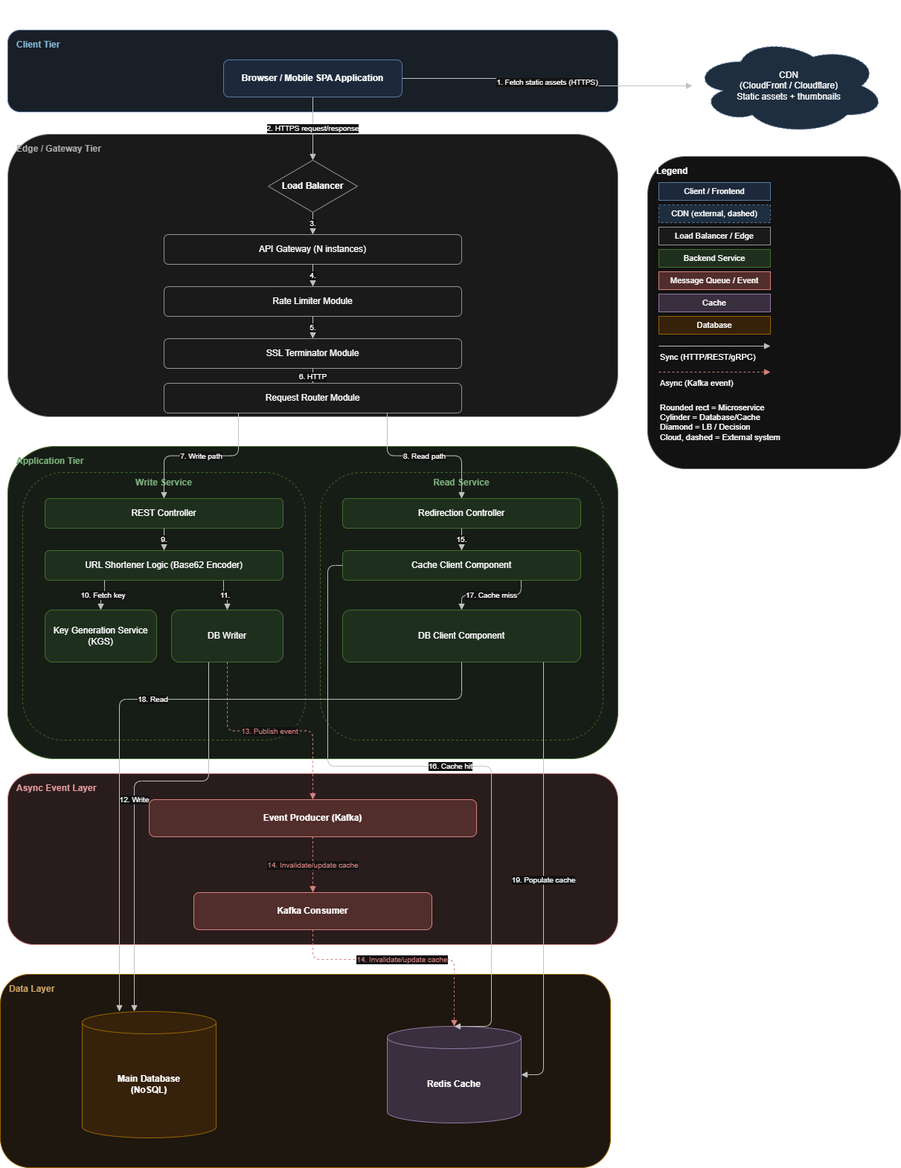
SAIDEEPBHANGE/system-design keeps this draw.io diagram as 02-url-shortener/V02/architecture.png. Above is the earlier version. Source tidied: cells renumbered, new cells last; positions are measured from the earlier drawing's top-left corner, leaving out a move shared by most shapes.
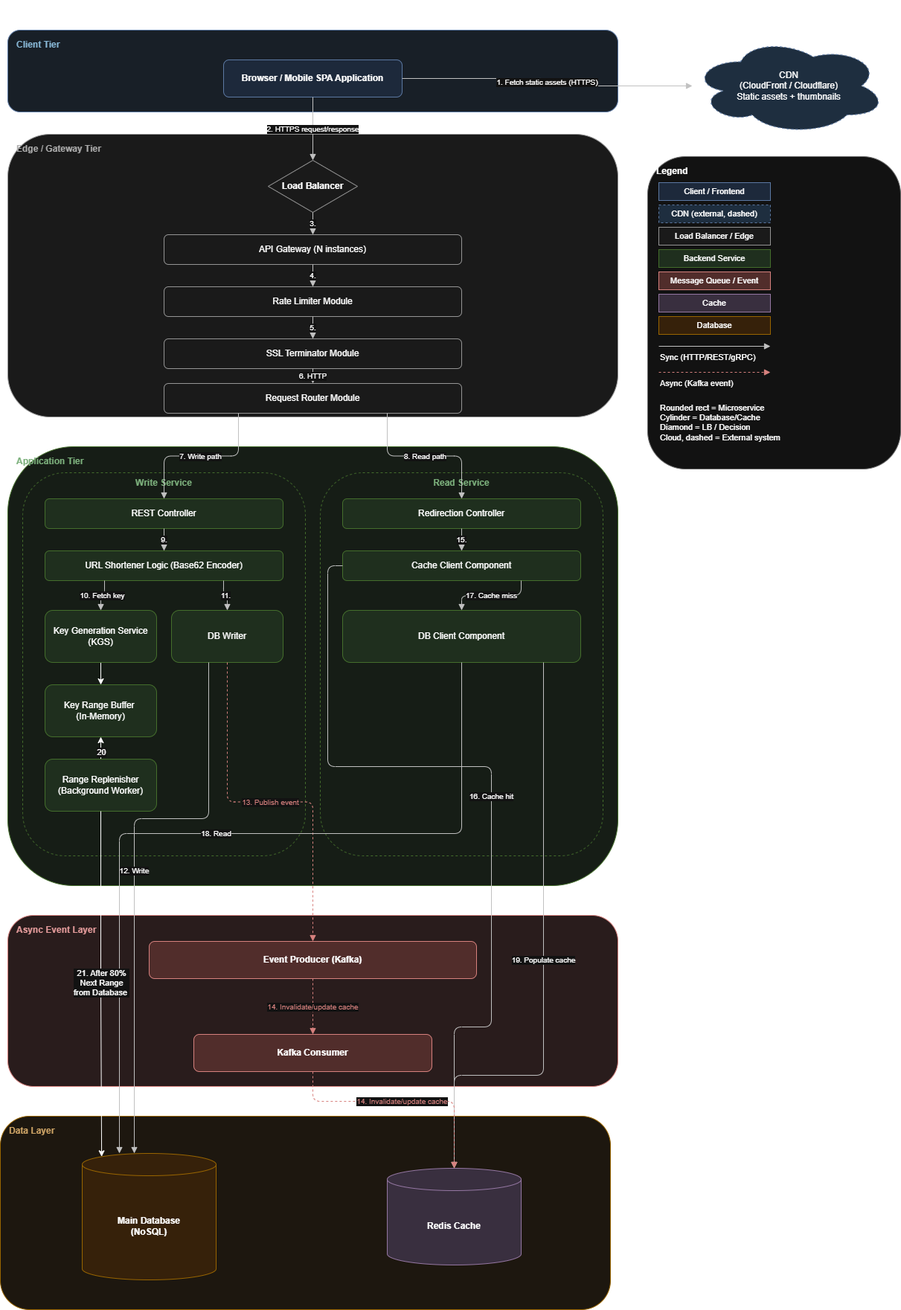
The same diagram one commit later.

Commit message:
URL shortner is Done

The edit, as a diff of the source:
```diff
@@ -33,10 +33,10 @@
       <mxGeometry x="220" y="515" width="400" height="40" as="geometry" />
     </mxCell>
     <mxCell id="12" value="Application Tier" style="rounded=1;whiteSpace=wrap;html=1;verticalAlign=top;align=left;spacingLeft=10;spacingTop=6;fontStyle=1;fontColor=#2d6a2d;fillColor=#eef7ee;strokeColor=#82b366;" parent="1" vertex="1">
-      <mxGeometry x="10" y="600" width="820" height="420" as="geometry" />
+      <mxGeometry x="10" y="600" width="820" height="590" as="geometry" />
     </mxCell>
     <mxCell id="13" value="Write Service" style="rounded=1;whiteSpace=wrap;html=1;verticalAlign=top;align=center;fontStyle=1;fontColor=#2d6a2d;fillColor=none;strokeColor=#82b366;dashed=1;" parent="1" vertex="1">
-      <mxGeometry x="30" y="635" width="380" height="360" as="geometry" />
+      <mxGeometry x="30" y="635" width="380" height="515" as="geometry" />
     </mxCell>
     <mxCell id="14" value="REST Controller" style="rounded=1;whiteSpace=wrap;html=1;fillColor=#d5e8d4;strokeColor=#82b366;" parent="1" vertex="1">
       <mxGeometry x="60" y="670" width="320" height="40" as="geometry" />
@@ -44,6 +44,9 @@
     <mxCell id="15" value="URL Shortener Logic (Base62 Encoder)" style="rounded=1;whiteSpace=wrap;html=1;fillColor=#d5e8d4;strokeColor=#82b366;" parent="1" vertex="1">
       <mxGeometry x="60" y="740" width="320" height="40" as="geometry" />
     </mxCell>
+    <mxCell id="61" style="edgeStyle=orthogonalEdgeStyle;rounded=0;jettySize=auto;html=1;exitX=0.5;exitY=1;exitDx=0;exitDy=0;entryX=0.5;entryY=0;entryDx=0;entryDy=0;" parent="1" edge="1" source="16" target="62">
+      <mxGeometry relative="1" as="geometry" />
+    </mxCell>
     <mxCell id="16" value="Key Generation Service (KGS)" style="rounded=1;whiteSpace=wrap;html=1;fillColor=#d5e8d4;strokeColor=#82b366;" parent="1" vertex="1">
       <mxGeometry x="60" y="820" width="150" height="70" as="geometry" />
     </mxCell>
@@ -51,7 +54,7 @@
       <mxGeometry x="230" y="820" width="150" height="70" as="geometry" />
     </mxCell>
     <mxCell id="18" value="Read Service" style="rounded=1;whiteSpace=wrap;html=1;verticalAlign=top;align=center;fontStyle=1;fontColor=#2d6a2d;fillColor=none;strokeColor=#82b366;dashed=1;" parent="1" vertex="1">
-      <mxGeometry x="430" y="635" width="380" height="360" as="geometry" />
+      <mxGeometry x="430" y="635" width="380" height="515" as="geometry" />
     </mxCell>
     <mxCell id="19" value="Redirection Controller" style="rounded=1;whiteSpace=wrap;html=1;fillColor=#d5e8d4;strokeColor=#82b366;" parent="1" vertex="1">
       <mxGeometry x="460" y="670" width="320" height="40" as="geometry" />
@@ -63,19 +66,19 @@
       <mxGeometry x="460" y="820" width="320" height="70" as="geometry" />
     </mxCell>
     <mxCell id="22" value="Async Event Layer" style="rounded=1;whiteSpace=wrap;html=1;verticalAlign=top;align=left;spacingLeft=10;spacingTop=6;fontStyle=1;fontColor=#8f3a3a;fillColor=#fbecec;strokeColor=#b85450;" parent="1" vertex="1">
-      <mxGeometry x="10" y="1040" width="820" height="230" as="geometry" />
+      <mxGeometry x="10" y="1230" width="820" height="230" as="geometry" />
     </mxCell>
     <mxCell id="23" value="Event Producer (Kafka)" style="rounded=1;whiteSpace=wrap;html=1;fillColor=#f8cecc;strokeColor=#b85450;fontStyle=1;" parent="1" vertex="1">
-      <mxGeometry x="200" y="1075" width="440" height="50" as="geometry" />
+      <mxGeometry x="200" y="1265" width="440" height="50" as="geometry" />
     </mxCell>
     <mxCell id="24" value="Data Layer" style="rounded=1;whiteSpace=wrap;html=1;verticalAlign=top;align=left;spacingLeft=10;spacingTop=6;fontStyle=1;fontColor=#7a4a00;fillColor=#fff8ee;strokeColor=#d79b00;" parent="1" vertex="1">
-      <mxGeometry y="1310" width="820" height="260" as="geometry" />
+      <mxGeometry y="1500" width="820" height="260" as="geometry" />
     </mxCell>
     <mxCell id="25" value="Main Database&#10;(NoSQL)" style="shape=cylinder3;whiteSpace=wrap;html=1;boundedLbl=1;backgroundOutline=1;size=15;fillColor=#ffe6cc;strokeColor=#d79b00;fontStyle=1;" parent="1" vertex="1">
-      <mxGeometry x="110" y="1360" width="180" height="170" as="geometry" />
+      <mxGeometry x="110" y="1550" width="180" height="170" as="geometry" />
     </mxCell>
     <mxCell id="26" value="Redis Cache" style="shape=cylinder3;whiteSpace=wrap;html=1;boundedLbl=1;backgroundOutline=1;size=15;fillColor=#e1d5e7;strokeColor=#9673a6;fontStyle=1;" parent="1" vertex="1">
-      <mxGeometry x="520" y="1380" width="180" height="130" as="geometry" />
+      <mxGeometry x="520" y="1570" width="180" height="130" as="geometry" />
     </mxCell>
     <mxCell id="27" value="Legend" style="rounded=1;whiteSpace=wrap;html=1;verticalAlign=top;align=left;spacingLeft=10;spacingTop=6;fontStyle=1;fillColor=#ffffff;strokeColor=#999999;" parent="1" vertex="1">
       <mxGeometry x="870" y="210" width="340" height="420" as="geometry" />
@@ -158,8 +161,8 @@
     <mxCell id="51" value="12. Write" style="edgeStyle=orthogonalEdgeStyle;html=1;endArrow=block;strokeColor=#333333;fontSize=10;" parent="1" edge="1" source="17" target="25">
       <mxGeometry relative="1" as="geometry">
         <Array as="points">
-          <mxPoint x="280" y="1050.1" />
-          <mxPoint x="180" y="1050.1" />
+          <mxPoint x="280" y="1100" />
+          <mxPoint x="180" y="1100" />
         </Array>
       </mxGeometry>
     </mxCell>
@@ -188,8 +191,8 @@
     <mxCell id="57" value="18. Read" style="edgeStyle=orthogonalEdgeStyle;html=1;endArrow=block;strokeColor=#333333;fontSize=10;" parent="1" edge="1" source="21" target="25">
       <mxGeometry relative="1" as="geometry">
         <Array as="points">
-          <mxPoint x="620" y="940" />
-          <mxPoint x="160" y="940" />
+          <mxPoint x="620" y="1120" />
+          <mxPoint x="160" y="1120" />
         </Array>
       </mxGeometry>
     </mxCell>
@@ -201,15 +204,35 @@
       </mxGeometry>
     </mxCell>
     <mxCell id="59" value="Kafka Consumer" style="rounded=1;whiteSpace=wrap;html=1;fillColor=#f8cecc;strokeColor=#b85450;fontStyle=1;" parent="1" vertex="1">
-      <mxGeometry x="260" y="1200" width="320" height="50" as="geometry" />
+      <mxGeometry x="260" y="1390" width="320" height="50" as="geometry" />
     </mxCell>
     <mxCell id="60" value="14. Invalidate/update cache" style="edgeStyle=orthogonalEdgeStyle;html=1;endArrow=block;dashed=1;strokeColor=#b85450;fontSize=10;fontColor=#b85450;entryX=0.5;entryY=0;entryDx=0;entryDy=0;exitX=0.5;exitY=1;exitDx=0;exitDy=0;entryPerimeter=0;" parent="1" edge="1" source="59" target="26">
       <mxGeometry relative="1" as="geometry">
         <Array as="points">
-          <mxPoint x="420" y="1290" />
-          <mxPoint x="610" y="1290" />
+          <mxPoint x="420" y="1480" />
+          <mxPoint x="610" y="1480" />
         </Array>
       </mxGeometry>
     </mxCell>
+    <mxCell id="62" value="Key Range Buffer&amp;nbsp;&lt;div&gt;(In-Memory)&lt;/div&gt;" style="rounded=1;whiteSpace=wrap;html=1;fillColor=#d5e8d4;strokeColor=#82b366;" parent="1" vertex="1">
+      <mxGeometry x="60" y="920" width="150" height="70" as="geometry" />
+    </mxCell>
+    <mxCell id="63" style="edgeStyle=orthogonalEdgeStyle;rounded=0;jettySize=auto;html=1;exitX=0.5;exitY=0;exitDx=0;exitDy=0;entryX=0.5;entryY=1;entryDx=0;entryDy=0;" parent="1" edge="1" source="65" target="62">
+      <mxGeometry relative="1" as="geometry" />
+    </mxCell>
+    <mxCell id="64" value="20" style="edgeLabel;html=1;align=center;verticalAlign=middle;" parent="63" vertex="1">
+      <mxGeometry x="0.23" y="3" relative="1" as="geometry">
+        <mxPoint x="3" y="8" as="offset" />
+      </mxGeometry>
+    </mxCell>
+    <mxCell id="65" value="Range Replenisher (Background Worker)" style="rounded=1;whiteSpace=wrap;html=1;fillColor=#d5e8d4;strokeColor=#82b366;" parent="1" vertex="1">
+      <mxGeometry x="60" y="1020" width="150" height="70" as="geometry" />
+    </mxCell>
+    <mxCell id="66" style="edgeStyle=orthogonalEdgeStyle;rounded=0;jettySize=auto;html=1;exitX=0.5;exitY=1;exitDx=0;exitDy=0;entryX=0.145;entryY=0;entryDx=0;entryDy=4.35;entryPerimeter=0;" parent="1" edge="1" source="65" target="25">
+      <mxGeometry relative="1" as="geometry" />
+    </mxCell>
+    <mxCell id="67" value="21. After 80% &lt;br&gt;Next Range &lt;br&gt;from Database&amp;nbsp;" style="edgeLabel;html=1;align=center;verticalAlign=middle;" parent="66" vertex="1">
+      <mxGeometry x="-0.01" relative="1" as="geometry" />
+    </mxCell>
   </root>
 </mxGraphModel>
```
